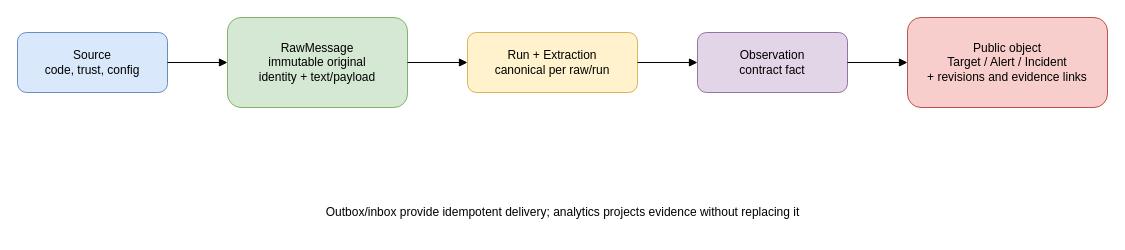
The draw.io diagram docs/diagrams/provenance-chain.drawio in sql-monk/Puluj-g, before the edit. Source tidied: cells renumbered, new cells numbered last; positions are measured from the earlier drawing's top-left corner, leaving out a move shared by most shapes. Both pictures are drawn from the tidied source at 100%, with x=0, y=0 at pixel (17, 17).
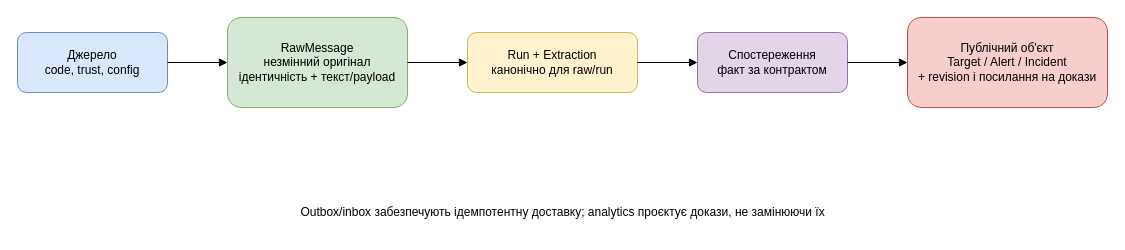
Above is the later version.

Change to the diagram source:
```diff
@@
 <mxGraphModel>
   <root>
     <mxCell id="0" />
     <mxCell id="1" parent="0" />
-    <mxCell id="2" value="Source&#10;code, trust, config" style="rounded=1;whiteSpace=wrap;html=1;fillColor=#dae8fc;strokeColor=#6c8ebf;" parent="1" vertex="1">
+    <mxCell id="2" value="Джерело&#10;code, trust, config" style="rounded=1;whiteSpace=wrap;html=1;fillColor=#dae8fc;strokeColor=#6c8ebf;" parent="1" vertex="1">
       <mxGeometry y="15" width="150" height="60" as="geometry" />
     </mxCell>
-    <mxCell id="3" value="RawMessage&#10;immutable original&#10;identity + text/payload" style="rounded=1;whiteSpace=wrap;html=1;fillColor=#d5e8d4;strokeColor=#82b366;" parent="1" vertex="1">
+    <mxCell id="3" value="RawMessage&#10;незмінний оригінал&#10;ідентичність + текст/payload" style="rounded=1;whiteSpace=wrap;html=1;fillColor=#d5e8d4;strokeColor=#82b366;" parent="1" vertex="1">
       <mxGeometry x="210" width="180" height="90" as="geometry" />
     </mxCell>
-    <mxCell id="4" value="Run + Extraction&#10;canonical per raw/run" style="rounded=1;whiteSpace=wrap;html=1;fillColor=#fff2cc;strokeColor=#d6b656;" parent="1" vertex="1">
+    <mxCell id="4" value="Run + Extraction&#10;канонічно для raw/run" style="rounded=1;whiteSpace=wrap;html=1;fillColor=#fff2cc;strokeColor=#d6b656;" parent="1" vertex="1">
       <mxGeometry x="450" y="15" width="170" height="60" as="geometry" />
     </mxCell>
-    <mxCell id="5" value="Observation&#10;contract fact" style="rounded=1;whiteSpace=wrap;html=1;fillColor=#e1d5e7;strokeColor=#9673a6;" parent="1" vertex="1">
+    <mxCell id="5" value="Спостереження&#10;факт за контрактом" style="rounded=1;whiteSpace=wrap;html=1;fillColor=#e1d5e7;strokeColor=#9673a6;" parent="1" vertex="1">
       <mxGeometry x="680" y="15" width="150" height="60" as="geometry" />
     </mxCell>
-    <mxCell id="6" value="Public object&#10;Target / Alert / Incident&#10;+ revisions and evidence links" style="rounded=1;whiteSpace=wrap;html=1;fillColor=#f8cecc;strokeColor=#b85450;" parent="1" vertex="1">
+    <mxCell id="6" value="Публічний об'єкт&#10;Target / Alert / Incident&#10;+ revision і посилання на докази" style="rounded=1;whiteSpace=wrap;html=1;fillColor=#f8cecc;strokeColor=#b85450;" parent="1" vertex="1">
       <mxGeometry x="890" width="200" height="90" as="geometry" />
     </mxCell>
-    <mxCell id="7" value="Outbox/inbox provide idempotent delivery; analytics projects evidence without replacing it" style="text;html=1;align=center;verticalAlign=middle;" parent="1" vertex="1">
+    <mxCell id="7" value="Outbox/inbox забезпечують ідемпотентну доставку; analytics проєктує докази, не замінюючи їх" style="text;html=1;align=center;verticalAlign=middle;" parent="1" vertex="1">
       <mxGeometry x="270" y="175" width="550" height="40" as="geometry" />
     </mxCell>
-    <mxCell id="8" style="endArrow=block;html=1;" parent="1" edge="1" source="2" target="3">
+    <mxCell id="8" style="edgeStyle=orthogonalEdgeStyle;rounded=0;endArrow=block;html=1;" parent="1" edge="1" source="2" target="3">
       <mxGeometry relative="1" as="geometry" />
     </mxCell>
-    <mxCell id="9" style="endArrow=block;html=1;" parent="1" edge="1" source="3" target="4">
+    <mxCell id="9" style="edgeStyle=orthogonalEdgeStyle;rounded=0;endArrow=block;html=1;" parent="1" edge="1" source="3" target="4">
       <mxGeometry relative="1" as="geometry" />
     </mxCell>
-    <mxCell id="10" style="endArrow=block;html=1;" parent="1" edge="1" source="4" target="5">
+    <mxCell id="10" style="edgeStyle=orthogonalEdgeStyle;rounded=0;endArrow=block;html=1;" parent="1" edge="1" source="4" target="5">
       <mxGeometry relative="1" as="geometry" />
     </mxCell>
-    <mxCell id="11" style="endArrow=block;html=1;" parent="1" edge="1" source="5" target="6">
+    <mxCell id="11" style="edgeStyle=orthogonalEdgeStyle;rounded=0;endArrow=block;html=1;" parent="1" edge="1" source="5" target="6">
       <mxGeometry relative="1" as="geometry" />
     </mxCell>
   </root>
 </mxGraphModel>
```
